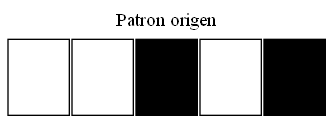
Above: grafica_origen.png in Dgo45921/IPC2_Proyecto1_202003585 (Graphviz), before the change. Its source is kept beside it as grafica_origen.dot.
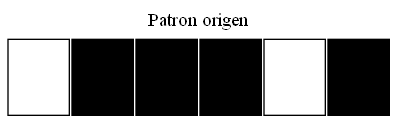
Later version of the same file.

The edit, as a diff of the source:
```diff
@@ -6,7 +6,8 @@
      <TABLE BORDER="0" CELLBORDER="1" CELLSPACING="2.5" CELLPADDING="20">
         <TR>
  <TD> </TD>
- <TD> </TD>
+ <TD BGCOLOR="black"> </TD>
+ <TD BGCOLOR="black"> </TD>
  <TD BGCOLOR="black"> </TD>
  <TD> </TD>
  <TD BGCOLOR="black"> </TD>
```
